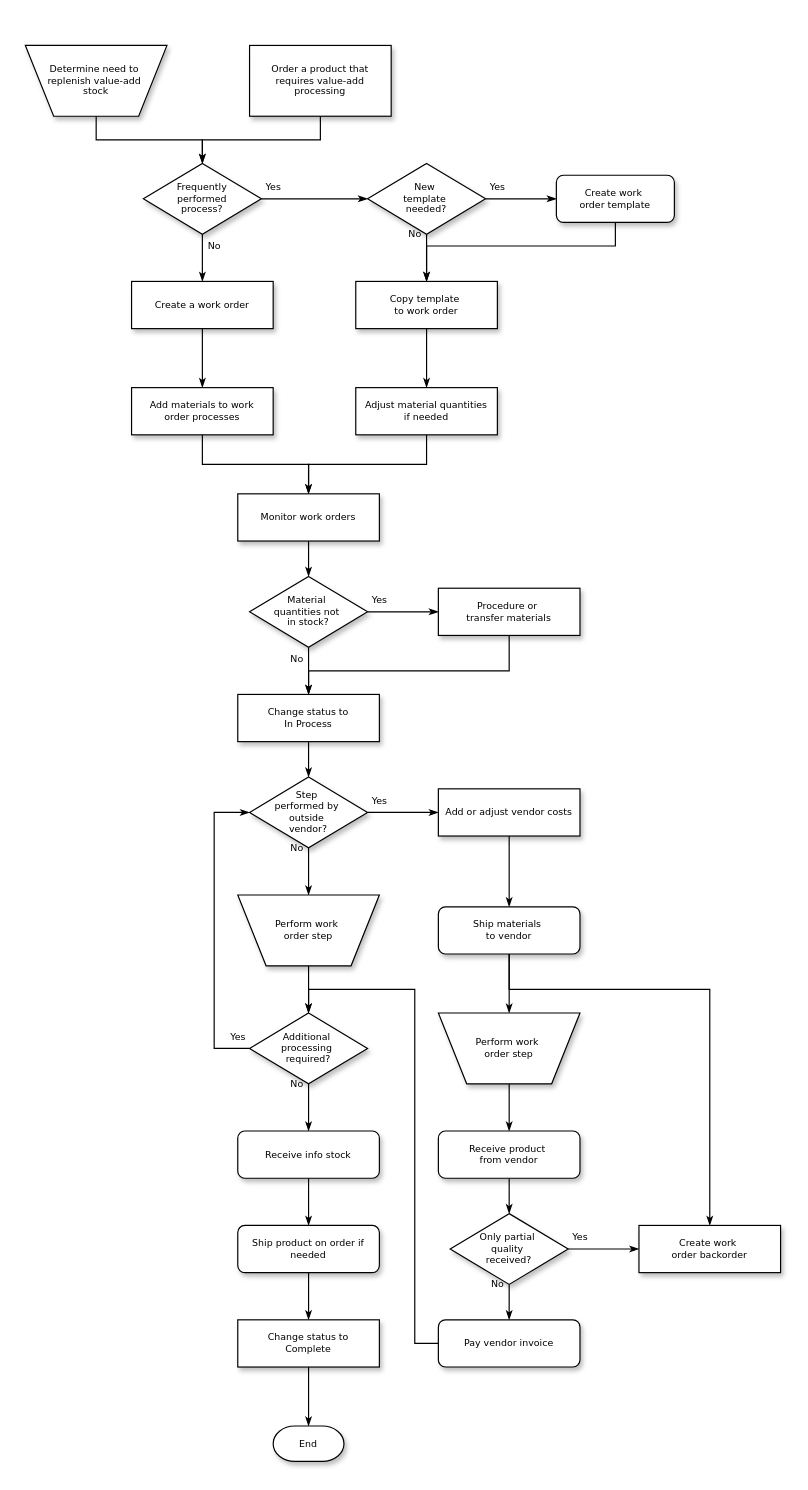
Earlier version of the draw.io diagram history-1.drawio (Bob-the-Bobothy/flowchart). Source tidied: cells renumbered, new cells numbered last; positions are measured from the earlier drawing's top-left corner, leaving out a move shared by most shapes. Both pictures are drawn from the tidied source at 118%, with x=0, y=0 at pixel (25, 45).
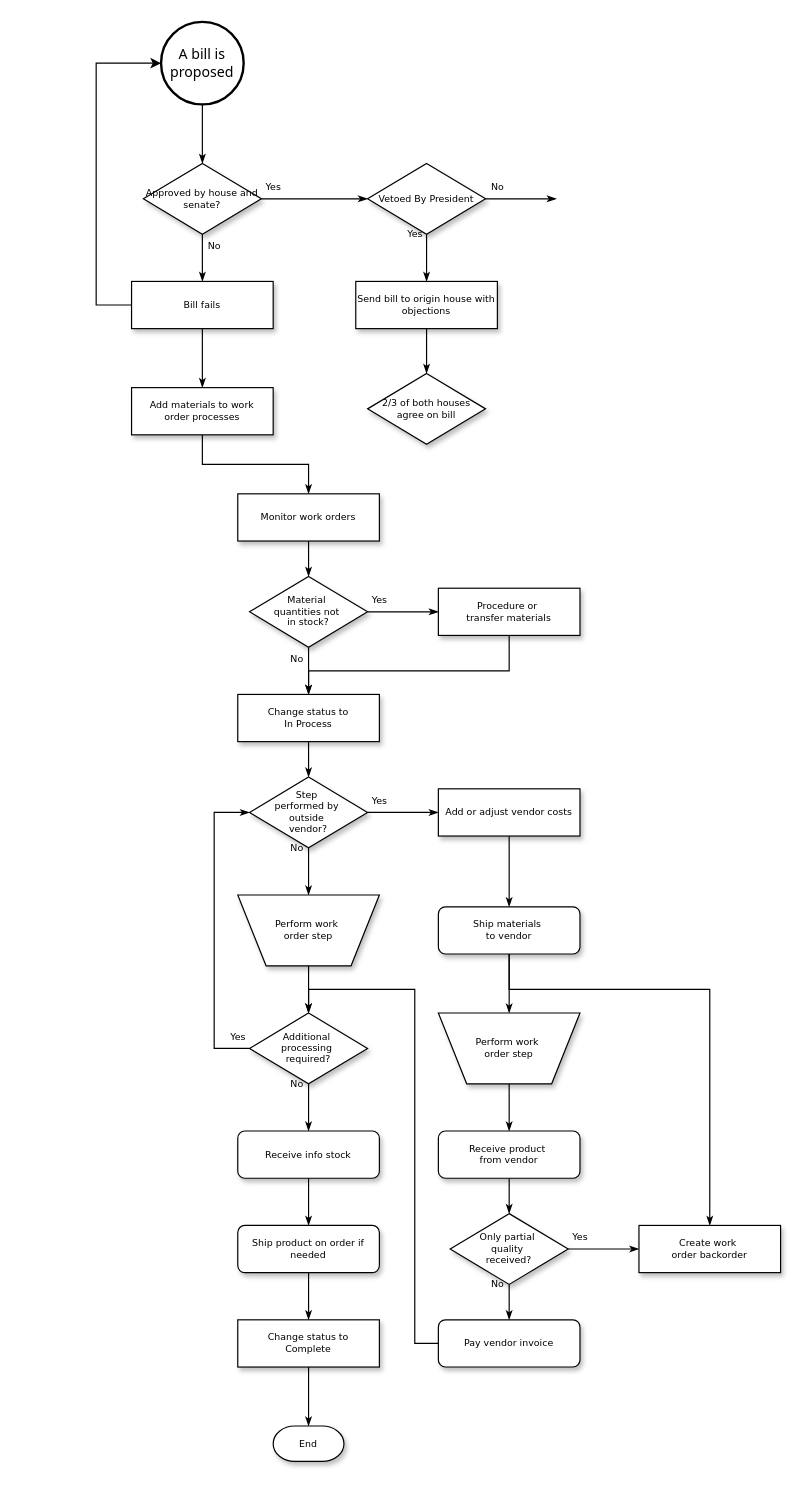
The same page after the edit.

Unchanged cells that the change refers to:
```xml
<mxCell id="23" value="Monitor work orders" style="whiteSpace=wrap;html=1;rounded=0;shadow=1;labelBackgroundColor=none;strokeWidth=1;fontFamily=Verdana;fontSize=8;align=center;" parent="1" vertex="1">
  <mxGeometry x="180" y="380" width="120" height="40" as="geometry" />
</mxCell>
```

What changed in the source:
```diff
@@
-<mxGraphModel>
+<mxGraphModel background="#ffffff">
@@
-    <mxCell id="2" style="edgeStyle=orthogonalEdgeStyle;rounded=0;html=1;labelBackgroundColor=none;startSize=5;endArrow=classicThin;endFill=1;endSize=5;jettySize=auto;strokeWidth=1;fontFamily=Verdana;fontSize=8;" parent="1" edge="1" source="3" target="8">
-      <mxGeometry relative="1" as="geometry" />
-    </mxCell>
-    <mxCell id="3" value="Determine need to&amp;nbsp;&lt;div&gt;replenish value-add&amp;nbsp;&lt;/div&gt;&lt;div&gt;stock&lt;/div&gt;" style="shape=trapezoid;whiteSpace=wrap;html=1;rounded=0;shadow=1;labelBackgroundColor=none;strokeWidth=1;fontFamily=Verdana;fontSize=8;align=center;flipV=1;" parent="1" vertex="1">
-      <mxGeometry width="120" height="60" as="geometry" />
-    </mxCell>
-    <mxCell id="4" style="edgeStyle=orthogonalEdgeStyle;rounded=0;html=1;labelBackgroundColor=none;startSize=5;endArrow=classicThin;endFill=1;endSize=5;jettySize=auto;strokeWidth=1;fontFamily=Verdana;fontSize=8;" parent="1" edge="1" source="5" target="8">
+    <mxCell id="4" style="edgeStyle=orthogonalEdgeStyle;rounded=0;html=1;labelBackgroundColor=none;startSize=5;endArrow=classicThin;endFill=1;endSize=5;jettySize=auto;strokeWidth=1;fontFamily=Verdana;fontSize=8;exitX=0.5;exitY=1;exitDx=0;exitDy=0;exitPerimeter=0;" parent="1" edge="1" source="61" target="8">
       <mxGeometry relative="1" as="geometry" />
     </mxCell>
-    <mxCell id="5" value="Order a product that&lt;div&gt;requires value-add processing&lt;/div&gt;" style="rounded=0;whiteSpace=wrap;html=1;shadow=1;labelBackgroundColor=none;strokeWidth=1;fontFamily=Verdana;fontSize=8;align=center;" parent="1" vertex="1">
-      <mxGeometry x="190" width="120" height="60" as="geometry" />
-    </mxCell>
@@
-    <mxCell id="8" value="Frequently&lt;div&gt;performed&lt;/div&gt;&lt;div&gt;process?&lt;/div&gt;" style="rhombus;whiteSpace=wrap;html=1;rounded=0;shadow=1;labelBackgroundColor=none;strokeWidth=1;fontFamily=Verdana;fontSize=8;align=center;" parent="1" vertex="1">
+    <mxCell id="8" value="&lt;p&gt;Approved by house and senate?&lt;/p&gt;" style="rhombus;whiteSpace=wrap;html=1;rounded=0;shadow=1;labelBackgroundColor=none;strokeWidth=1;fontFamily=Verdana;fontSize=8;align=center;" parent="1" vertex="1">
       <mxGeometry x="100" y="100" width="100" height="60" as="geometry" />
     </mxCell>
-    <mxCell id="9" value="Yes" style="edgeStyle=orthogonalEdgeStyle;rounded=0;html=1;labelBackgroundColor=none;startSize=5;endArrow=classicThin;endFill=1;endSize=5;jettySize=auto;strokeWidth=1;fontFamily=Verdana;fontSize=8;" parent="1" edge="1" source="11" target="13">
-      <mxGeometry x="-0.67" y="10" relative="1" as="geometry" />
+    <mxCell id="9" value="No" style="edgeStyle=orthogonalEdgeStyle;rounded=0;html=1;labelBackgroundColor=none;startSize=5;endArrow=classicThin;endFill=1;endSize=5;jettySize=auto;strokeWidth=1;fontFamily=Verdana;fontSize=8;" parent="1" edge="1" source="11">
+      <mxGeometry x="-0.67" y="10" relative="1" as="geometry">
+        <mxPoint x="450" y="130" as="targetPoint" />
+      </mxGeometry>
     </mxCell>
-    <mxCell id="10" value="No" style="edgeStyle=orthogonalEdgeStyle;rounded=0;html=1;labelBackgroundColor=none;startSize=5;endArrow=classicThin;endFill=1;endSize=5;jettySize=auto;strokeWidth=1;fontFamily=Verdana;fontSize=8;" parent="1" edge="1" source="11" target="17">
+    <mxCell id="10" value="Yes" style="edgeStyle=orthogonalEdgeStyle;rounded=0;html=1;labelBackgroundColor=none;startSize=5;endArrow=classicThin;endFill=1;endSize=5;jettySize=auto;strokeWidth=1;fontFamily=Verdana;fontSize=8;" parent="1" edge="1" source="11" target="17">
       <mxGeometry x="-1" y="-10" relative="1" as="geometry" />
     </mxCell>
-    <mxCell id="11" value="New&amp;nbsp;&lt;div&gt;template&amp;nbsp;&lt;/div&gt;&lt;div&gt;needed?&lt;/div&gt;" style="rhombus;whiteSpace=wrap;html=1;rounded=0;shadow=1;labelBackgroundColor=none;strokeWidth=1;fontFamily=Verdana;fontSize=8;align=center;" parent="1" vertex="1">
+    <mxCell id="11" value="Vetoed By President" style="rhombus;whiteSpace=wrap;html=1;rounded=0;shadow=1;labelBackgroundColor=none;strokeWidth=1;fontFamily=Verdana;fontSize=8;align=center;" parent="1" vertex="1">
       <mxGeometry x="290" y="100" width="100" height="60" as="geometry" />
     </mxCell>
-    <mxCell id="12" style="edgeStyle=orthogonalEdgeStyle;rounded=0;html=1;labelBackgroundColor=none;startSize=5;endArrow=classicThin;endFill=1;endSize=5;jettySize=auto;strokeWidth=1;fontFamily=Verdana;fontSize=8;" parent="1" edge="1" source="13" target="17">
-      <mxGeometry relative="1" as="geometry">
-        <Array as="points">
-          <mxPoint x="500" y="170" />
-          <mxPoint x="340" y="170" />
-        </Array>
-      </mxGeometry>
-    </mxCell>
-    <mxCell id="13" value="Create work&amp;nbsp;&lt;div&gt;order template&lt;/div&gt;" style="rounded=1;whiteSpace=wrap;html=1;shadow=1;labelBackgroundColor=none;strokeWidth=1;fontFamily=Verdana;fontSize=8;align=center;" parent="1" vertex="1">
-      <mxGeometry x="450" y="110" width="100" height="40" as="geometry" />
-    </mxCell>
@@
-    <mxCell id="15" value="Create a work order" style="whiteSpace=wrap;html=1;rounded=0;shadow=1;labelBackgroundColor=none;strokeWidth=1;fontFamily=Verdana;fontSize=8;align=center;" parent="1" vertex="1">
+    <mxCell id="15" value="Bill fails" style="whiteSpace=wrap;html=1;rounded=0;shadow=1;labelBackgroundColor=none;strokeWidth=1;fontFamily=Verdana;fontSize=8;align=center;" parent="1" vertex="1">
       <mxGeometry x="90" y="200" width="120" height="40" as="geometry" />
     </mxCell>
-    <mxCell id="16" style="edgeStyle=orthogonalEdgeStyle;rounded=0;html=1;labelBackgroundColor=none;startSize=5;endArrow=classicThin;endFill=1;endSize=5;jettySize=auto;strokeWidth=1;fontFamily=Verdana;fontSize=8;" parent="1" edge="1" source="17" target="21">
+    <mxCell id="16" style="edgeStyle=orthogonalEdgeStyle;rounded=0;html=1;labelBackgroundColor=none;startSize=5;endArrow=classicThin;endFill=1;endSize=5;jettySize=auto;strokeWidth=1;fontFamily=Verdana;fontSize=8;entryX=0.5;entryY=0;entryDx=0;entryDy=0;" parent="1" edge="1" source="17" target="63">
       <mxGeometry relative="1" as="geometry" />
     </mxCell>
-    <mxCell id="17" value="Copy template&amp;nbsp;&lt;div&gt;to work order&lt;/div&gt;" style="whiteSpace=wrap;html=1;rounded=0;shadow=1;labelBackgroundColor=none;strokeWidth=1;fontFamily=Verdana;fontSize=8;align=center;" parent="1" vertex="1">
+    <mxCell id="17" value="Send bill to origin house with objections" style="whiteSpace=wrap;html=1;rounded=0;shadow=1;labelBackgroundColor=none;strokeWidth=1;fontFamily=Verdana;fontSize=8;align=center;" parent="1" vertex="1">
       <mxGeometry x="280" y="200" width="120" height="40" as="geometry" />
     </mxCell>
@@
-    <mxCell id="20" style="edgeStyle=orthogonalEdgeStyle;rounded=0;html=1;labelBackgroundColor=none;startSize=5;endArrow=classicThin;endFill=1;endSize=5;jettySize=auto;strokeWidth=1;fontFamily=Verdana;fontSize=8;" parent="1" edge="1" source="21" target="23">
-      <mxGeometry relative="1" as="geometry" />
-    </mxCell>
-    <mxCell id="21" value="Adjust material quantities if needed" style="whiteSpace=wrap;html=1;rounded=0;shadow=1;labelBackgroundColor=none;strokeWidth=1;fontFamily=Verdana;fontSize=8;align=center;spacing=6;" parent="1" vertex="1">
-      <mxGeometry x="280" y="290" width="120" height="40" as="geometry" />
-    </mxCell>
@@
+    <mxCell id="61" value="&lt;p&gt;&lt;font face=&quot;Tahoma&quot;&gt;A bill is proposed&lt;/font&gt;&lt;/p&gt;" style="strokeWidth=2;html=1;shape=mxgraph.flowchart.start_2;whiteSpace=wrap;" parent="1" vertex="1">
+      <mxGeometry x="115" y="-20" width="70" height="70" as="geometry" />
+    </mxCell>
+    <mxCell id="62" style="endArrow=classic;html=1;rounded=0;exitX=0;exitY=0.5;exitDx=0;exitDy=0;entryX=0;entryY=0.5;entryDx=0;entryDy=0;entryPerimeter=0;" parent="1" edge="1" source="15" target="61">
+      <mxGeometry relative="1" as="geometry">
+        <Array as="points">
+          <mxPoint x="60" y="220" />
+          <mxPoint x="60" y="15" />
+        </Array>
+      </mxGeometry>
+    </mxCell>
+    <mxCell id="63" value="2/3 of both houses agree on bill" style="rhombus;whiteSpace=wrap;html=1;rounded=0;shadow=1;labelBackgroundColor=none;strokeWidth=1;fontFamily=Verdana;fontSize=8;align=center;" parent="1" vertex="1">
+      <mxGeometry x="290" y="278" width="100" height="60" as="geometry" />
+    </mxCell>
```
